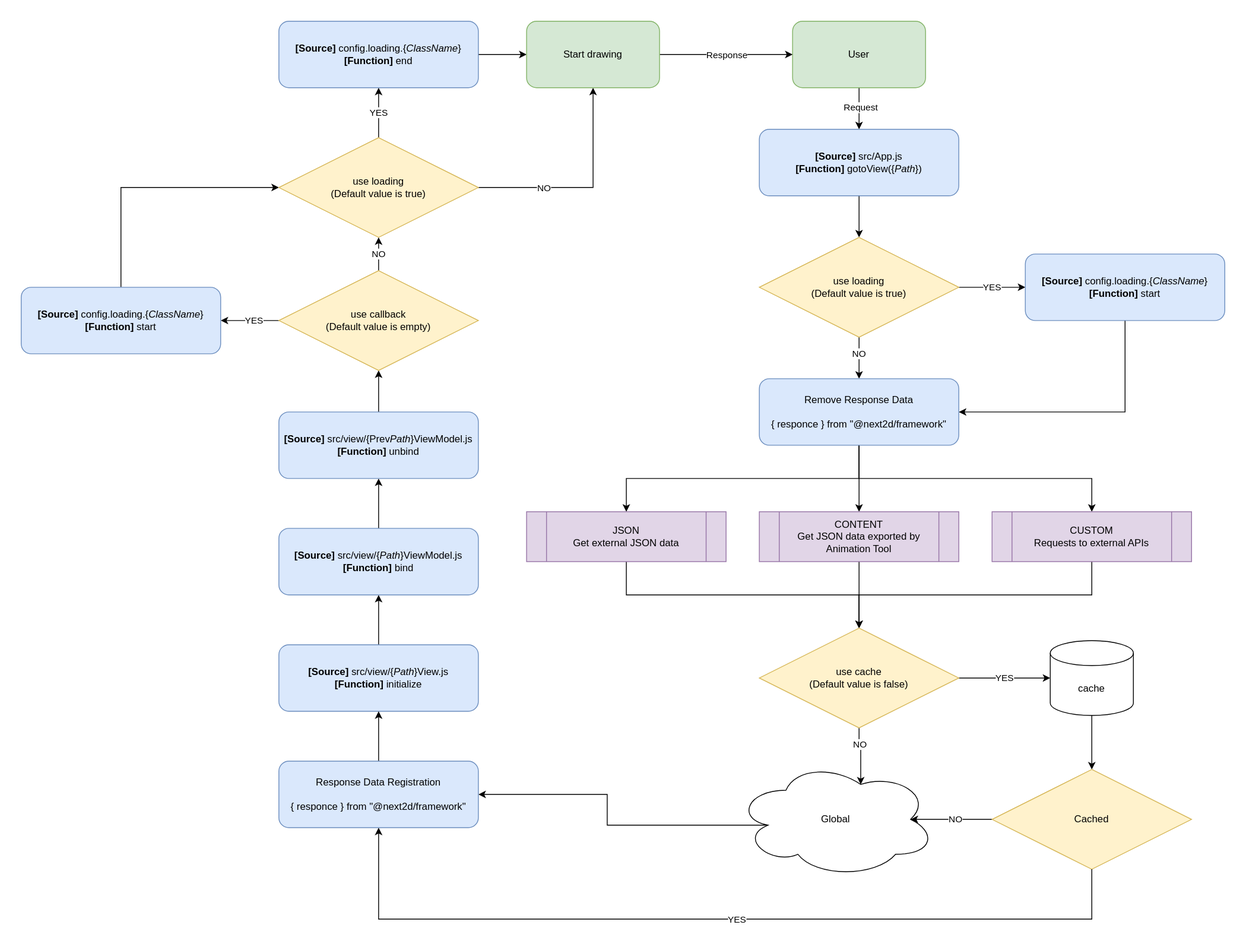
This is Framework_Flowchart.svg from Next2D/framework, a draw.io export, as it was before one commit. Source tidied: cells renumbered, new cells last; positions are measured from the earlier drawing's top-left corner, leaving out a move shared by most shapes.
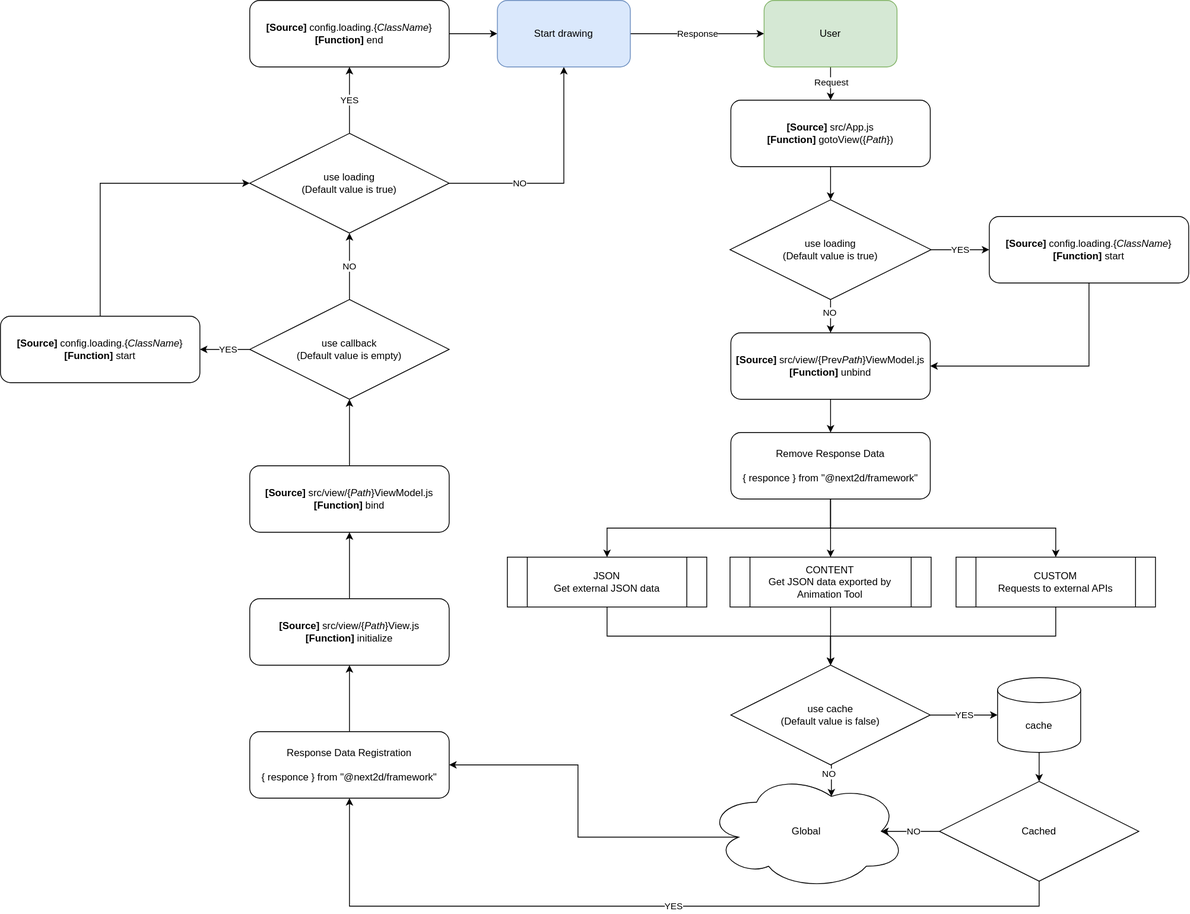
The same file after the commit.

Change to the diagram source:
```diff
@@ -9,28 +9,31 @@
       <mxGeometry x="-0.08" y="1" relative="1" as="geometry" />
     </mxCell>
     <mxCell id="4" value="User" style="rounded=1;whiteSpace=wrap;html=1;fillColor=#d5e8d4;strokeColor=#82b366;" parent="1" vertex="1">
-      <mxGeometry x="928" width="160" height="80" as="geometry" />
+      <mxGeometry x="929" width="160" height="80" as="geometry" />
     </mxCell>
     <mxCell id="5" style="edgeStyle=orthogonalEdgeStyle;rounded=0;jettySize=auto;html=1;exitX=0.5;exitY=1;exitDx=0;exitDy=0;entryX=0.5;entryY=0;entryDx=0;entryDy=0;" parent="1" edge="1" source="6" target="9">
       <mxGeometry relative="1" as="geometry" />
     </mxCell>
-    <mxCell id="6" value="&lt;b&gt;[Source]&lt;/b&gt; src/App.js&lt;br&gt;&lt;b&gt;[Function]&lt;/b&gt; gotoView({&lt;i&gt;Path&lt;/i&gt;})" style="rounded=1;whiteSpace=wrap;html=1;fillColor=#dae8fc;strokeColor=#6c8ebf;align=center;" parent="1" vertex="1">
-      <mxGeometry x="888" y="130" width="240" height="80" as="geometry" />
+    <mxCell id="6" value="&lt;b&gt;[Source]&lt;/b&gt; src/App.js&lt;br&gt;&lt;b&gt;[Function]&lt;/b&gt; gotoView({&lt;i&gt;Path&lt;/i&gt;})" style="rounded=1;whiteSpace=wrap;html=1;align=center;" parent="1" vertex="1">
+      <mxGeometry x="889" y="120" width="240" height="80" as="geometry" />
     </mxCell>
     <mxCell id="7" value="YES" style="edgeStyle=orthogonalEdgeStyle;rounded=0;jettySize=auto;html=1;exitX=1;exitY=0.5;exitDx=0;exitDy=0;entryX=0;entryY=0.5;entryDx=0;entryDy=0;" parent="1" edge="1" source="9" target="11">
       <mxGeometry relative="1" as="geometry" />
     </mxCell>
+    <mxCell id="56" style="edgeStyle=orthogonalEdgeStyle;rounded=0;jettySize=auto;html=1;exitX=0.5;exitY=1;exitDx=0;exitDy=0;entryX=0.5;entryY=0;entryDx=0;entryDy=0;" parent="1" edge="1" source="9" target="36">
+      <mxGeometry relative="1" as="geometry" />
+    </mxCell>
-    <mxCell id="8" value="NO" style="edgeStyle=orthogonalEdgeStyle;rounded=0;jettySize=auto;html=1;exitX=0.5;exitY=1;exitDx=0;exitDy=0;entryX=0.5;entryY=0;entryDx=0;entryDy=0;" parent="1" edge="1" source="9" target="54">
-      <mxGeometry x="-0.2" relative="1" as="geometry" />
+    <mxCell id="8" value="NO" style="edgeLabel;html=1;align=center;verticalAlign=middle;" parent="56" vertex="1">
+      <mxGeometry x="-0.22" y="-1" relative="1" as="geometry" />
     </mxCell>
-    <mxCell id="9" value="use loading&lt;br&gt;(Default value is true)" style="rhombus;whiteSpace=wrap;html=1;fillColor=#fff2cc;strokeColor=#d6b656;" parent="1" vertex="1">
-      <mxGeometry x="888" y="260" width="240" height="120" as="geometry" />
+    <mxCell id="9" value="use loading&lt;br&gt;(Default value is true)" style="rhombus;whiteSpace=wrap;html=1;" parent="1" vertex="1">
+      <mxGeometry x="888" y="240" width="242" height="120" as="geometry" />
     </mxCell>
-    <mxCell id="10" style="edgeStyle=orthogonalEdgeStyle;rounded=0;jettySize=auto;html=1;exitX=0.5;exitY=1;exitDx=0;exitDy=0;entryX=1;entryY=0.5;entryDx=0;entryDy=0;" parent="1" edge="1" source="11" target="54">
-      <mxGeometry relative="1" as="geometry" />
-    </mxCell>
+    <mxCell id="57" style="edgeStyle=orthogonalEdgeStyle;rounded=0;jettySize=auto;html=1;exitX=0.5;exitY=1;exitDx=0;exitDy=0;entryX=1;entryY=0.5;entryDx=0;entryDy=0;" parent="1" edge="1" source="11" target="36">
+      <mxGeometry relative="1" as="geometry" />
+    </mxCell>
-    <mxCell id="11" value="&lt;b&gt;[Source]&lt;/b&gt; config.loading.{&lt;i&gt;ClassName&lt;/i&gt;}&lt;br&gt;&lt;b&gt;[Function]&lt;/b&gt; start" style="rounded=1;whiteSpace=wrap;html=1;fillColor=#dae8fc;strokeColor=#6c8ebf;" parent="1" vertex="1">
-      <mxGeometry x="1208" y="280" width="240" height="80" as="geometry" />
+    <mxCell id="11" value="&lt;b&gt;[Source]&lt;/b&gt; config.loading.{&lt;i&gt;ClassName&lt;/i&gt;}&lt;br&gt;&lt;b&gt;[Function]&lt;/b&gt; start" style="rounded=1;whiteSpace=wrap;html=1;" parent="1" vertex="1">
+      <mxGeometry x="1200" y="260" width="240" height="80" as="geometry" />
     </mxCell>
     <mxCell id="12" style="edgeStyle=orthogonalEdgeStyle;rounded=0;jettySize=auto;html=1;exitX=0.5;exitY=1;exitDx=0;exitDy=0;entryX=0.5;entryY=0;entryDx=0;entryDy=0;" parent="1" edge="1" source="54" target="18">
       <mxGeometry relative="1" as="geometry" />
@@ -44,70 +47,70 @@
     <mxCell id="15" style="edgeStyle=orthogonalEdgeStyle;rounded=0;jettySize=auto;html=1;exitX=0.5;exitY=1;exitDx=0;exitDy=0;" parent="1" edge="1" source="16" target="24">
       <mxGeometry relative="1" as="geometry" />
     </mxCell>
-    <mxCell id="16" value="JSON&lt;br&gt;Get external JSON data" style="shape=process;whiteSpace=wrap;html=1;backgroundOutline=1;fillColor=#e1d5e7;strokeColor=#9673a6;" parent="1" vertex="1">
-      <mxGeometry x="608" y="590" width="240" height="60" as="geometry" />
+    <mxCell id="16" value="JSON&lt;br&gt;Get external JSON data" style="shape=process;whiteSpace=wrap;html=1;backgroundOutline=1;" parent="1" vertex="1">
+      <mxGeometry x="620" y="670" width="240" height="60" as="geometry" />
     </mxCell>
     <mxCell id="17" style="edgeStyle=orthogonalEdgeStyle;rounded=0;jettySize=auto;html=1;exitX=0.5;exitY=1;exitDx=0;exitDy=0;entryX=0.5;entryY=0;entryDx=0;entryDy=0;" parent="1" edge="1" source="18" target="24">
       <mxGeometry relative="1" as="geometry" />
     </mxCell>
-    <mxCell id="18" value="CONTENT&lt;br&gt;Get JSON data exported by NoCodeTool" style="shape=process;whiteSpace=wrap;html=1;backgroundOutline=1;fillColor=#e1d5e7;strokeColor=#9673a6;" parent="1" vertex="1">
-      <mxGeometry x="888" y="590" width="240" height="60" as="geometry" />
+    <mxCell id="18" value="CONTENT&lt;br&gt;Get JSON data exported by Animation Tool" style="shape=process;whiteSpace=wrap;html=1;backgroundOutline=1;" parent="1" vertex="1">
+      <mxGeometry x="888" y="670" width="242" height="60" as="geometry" />
     </mxCell>
     <mxCell id="19" style="edgeStyle=orthogonalEdgeStyle;rounded=0;jettySize=auto;html=1;exitX=0.5;exitY=1;exitDx=0;exitDy=0;entryX=0.5;entryY=0;entryDx=0;entryDy=0;" parent="1" edge="1" source="20" target="24">
       <mxGeometry relative="1" as="geometry" />
     </mxCell>
-    <mxCell id="20" value="CUSTOM&lt;br&gt;Requests to external APIs" style="shape=process;whiteSpace=wrap;html=1;backgroundOutline=1;fillColor=#e1d5e7;strokeColor=#9673a6;" parent="1" vertex="1">
-      <mxGeometry x="1168" y="590" width="240" height="60" as="geometry" />
+    <mxCell id="20" value="CUSTOM&lt;br&gt;Requests to external APIs" style="shape=process;whiteSpace=wrap;html=1;backgroundOutline=1;" parent="1" vertex="1">
+      <mxGeometry x="1160" y="670" width="240" height="60" as="geometry" />
     </mxCell>
-    <mxCell id="21" value="YES" style="edgeStyle=orthogonalEdgeStyle;rounded=0;jettySize=auto;html=1;exitX=1;exitY=0.5;exitDx=0;exitDy=0;" parent="1" edge="1" source="24" target="26">
-      <mxGeometry relative="1" as="geometry" />
+    <mxCell id="21" value="YES" style="edgeStyle=orthogonalEdgeStyle;rounded=0;jettySize=auto;html=1;exitX=1;exitY=0.5;exitDx=0;exitDy=0;entryX=0;entryY=0.5;entryDx=0;entryDy=0;entryPerimeter=0;" parent="1" edge="1" source="24" target="26">
+      <mxGeometry x="0.02" relative="1" as="geometry" />
     </mxCell>
     <mxCell id="22" style="edgeStyle=orthogonalEdgeStyle;rounded=0;jettySize=auto;html=1;exitX=0.5;exitY=1;exitDx=0;exitDy=0;entryX=0.625;entryY=0.2;entryDx=0;entryDy=0;entryPerimeter=0;" parent="1" edge="1" source="24" target="28">
       <mxGeometry relative="1" as="geometry" />
     </mxCell>
     <mxCell id="23" value="NO" style="edgeLabel;html=1;align=center;verticalAlign=middle;" parent="22" vertex="1">
       <mxGeometry x="0.04" y="1" relative="1" as="geometry">
-        <mxPoint x="-3" y="-15" as="offset" />
+        <mxPoint x="-4" y="-8" as="offset" />
       </mxGeometry>
     </mxCell>
-    <mxCell id="24" value="use cache&lt;br&gt;(Default value is false)" style="rhombus;whiteSpace=wrap;html=1;fillColor=#fff2cc;strokeColor=#d6b656;" parent="1" vertex="1">
-      <mxGeometry x="888" y="730" width="240" height="120" as="geometry" />
+    <mxCell id="24" value="use cache&lt;br&gt;(Default value is false)" style="rhombus;whiteSpace=wrap;html=1;" parent="1" vertex="1">
+      <mxGeometry x="889" y="800" width="240" height="120" as="geometry" />
     </mxCell>
     <mxCell id="25" style="edgeStyle=orthogonalEdgeStyle;rounded=0;jettySize=auto;html=1;exitX=0.5;exitY=1;exitDx=0;exitDy=0;exitPerimeter=0;entryX=0.5;entryY=0;entryDx=0;entryDy=0;" parent="1" edge="1" source="26" target="30">
       <mxGeometry relative="1" as="geometry" />
     </mxCell>
     <mxCell id="26" value="cache" style="shape=cylinder3;whiteSpace=wrap;html=1;boundedLbl=1;backgroundOutline=1;size=15;" parent="1" vertex="1">
-      <mxGeometry x="1238" y="745" width="100" height="90" as="geometry" />
+      <mxGeometry x="1210" y="815" width="100" height="90" as="geometry" />
     </mxCell>
     <mxCell id="27" style="edgeStyle=orthogonalEdgeStyle;rounded=0;jettySize=auto;html=1;exitX=0.16;exitY=0.55;exitDx=0;exitDy=0;exitPerimeter=0;entryX=1;entryY=0.5;entryDx=0;entryDy=0;" parent="1" edge="1" source="28" target="55">
       <mxGeometry relative="1" as="geometry" />
     </mxCell>
     <mxCell id="28" value="Global" style="ellipse;shape=cloud;whiteSpace=wrap;html=1;" parent="1" vertex="1">
-      <mxGeometry x="860" y="890" width="240" height="140" as="geometry" />
+      <mxGeometry x="860" y="930" width="240" height="140" as="geometry" />
     </mxCell>
     <mxCell id="29" value="NO" style="edgeStyle=orthogonalEdgeStyle;rounded=0;jettySize=auto;html=1;exitX=0;exitY=0.5;exitDx=0;exitDy=0;entryX=0.875;entryY=0.5;entryDx=0;entryDy=0;entryPerimeter=0;" parent="1" edge="1" source="30" target="28">
       <mxGeometry x="-0.1" relative="1" as="geometry" />
     </mxCell>
-    <mxCell id="30" value="Cached" style="rhombus;whiteSpace=wrap;html=1;fillColor=#fff2cc;strokeColor=#d6b656;" parent="1" vertex="1">
-      <mxGeometry x="1168" y="900" width="240" height="120" as="geometry" />
+    <mxCell id="30" value="Cached" style="rhombus;whiteSpace=wrap;html=1;" parent="1" vertex="1">
+      <mxGeometry x="1140" y="940" width="240" height="120" as="geometry" />
     </mxCell>
     <mxCell id="31" style="edgeStyle=orthogonalEdgeStyle;rounded=0;jettySize=auto;html=1;exitX=0.5;exitY=0;exitDx=0;exitDy=0;entryX=0.5;entryY=1;entryDx=0;entryDy=0;" parent="1" edge="1" source="32" target="34">
       <mxGeometry relative="1" as="geometry" />
     </mxCell>
-    <mxCell id="32" value="&lt;b style=&quot;border-color: var(--border-color);&quot;&gt;[Source]&lt;/b&gt;&amp;nbsp;src/view/{&lt;i style=&quot;border-color: var(--border-color);&quot;&gt;Path&lt;/i&gt;}View.js&lt;br style=&quot;border-color: var(--border-color);&quot;&gt;&lt;b style=&quot;border-color: var(--border-color);&quot;&gt;[Function]&lt;/b&gt;&amp;nbsp;initialize" style="rounded=1;whiteSpace=wrap;html=1;fillColor=#dae8fc;strokeColor=#6c8ebf;align=center;" parent="1" vertex="1">
-      <mxGeometry x="310" y="750" width="240" height="80" as="geometry" />
+    <mxCell id="32" value="&lt;b style=&quot;border-color: var(--border-color);&quot;&gt;[Source]&lt;/b&gt;&amp;nbsp;src/view/{&lt;i style=&quot;border-color: var(--border-color);&quot;&gt;Path&lt;/i&gt;}View.js&lt;br style=&quot;border-color: var(--border-color);&quot;&gt;&lt;b style=&quot;border-color: var(--border-color);&quot;&gt;[Function]&lt;/b&gt;&amp;nbsp;initialize" style="rounded=1;whiteSpace=wrap;html=1;align=center;" parent="1" vertex="1">
+      <mxGeometry x="310" y="720" width="240" height="80" as="geometry" />
     </mxCell>
-    <mxCell id="33" style="edgeStyle=orthogonalEdgeStyle;rounded=0;jettySize=auto;html=1;exitX=0.5;exitY=0;exitDx=0;exitDy=0;entryX=0.5;entryY=1;entryDx=0;entryDy=0;" parent="1" edge="1" source="34" target="36">
-      <mxGeometry relative="1" as="geometry" />
-    </mxCell>
+    <mxCell id="58" style="edgeStyle=orthogonalEdgeStyle;rounded=0;jettySize=auto;html=1;exitX=0.5;exitY=0;exitDx=0;exitDy=0;entryX=0.5;entryY=1;entryDx=0;entryDy=0;" parent="1" edge="1" source="34" target="39">
+      <mxGeometry relative="1" as="geometry" />
+    </mxCell>
-    <mxCell id="34" value="&lt;b style=&quot;border-color: var(--border-color);&quot;&gt;[Source]&lt;/b&gt;&amp;nbsp;src/view/{&lt;i style=&quot;border-color: var(--border-color);&quot;&gt;Path&lt;/i&gt;}ViewModel.js&lt;br style=&quot;border-color: var(--border-color);&quot;&gt;&lt;b style=&quot;border-color: var(--border-color);&quot;&gt;[Function]&lt;/b&gt;&amp;nbsp;bind" style="rounded=1;whiteSpace=wrap;html=1;fillColor=#dae8fc;strokeColor=#6c8ebf;align=center;" parent="1" vertex="1">
-      <mxGeometry x="310" y="610" width="240" height="80" as="geometry" />
+    <mxCell id="34" value="&lt;b style=&quot;border-color: var(--border-color);&quot;&gt;[Source]&lt;/b&gt;&amp;nbsp;src/view/{&lt;i style=&quot;border-color: var(--border-color);&quot;&gt;Path&lt;/i&gt;}ViewModel.js&lt;br style=&quot;border-color: var(--border-color);&quot;&gt;&lt;b style=&quot;border-color: var(--border-color);&quot;&gt;[Function]&lt;/b&gt;&amp;nbsp;bind" style="rounded=1;whiteSpace=wrap;html=1;align=center;" parent="1" vertex="1">
+      <mxGeometry x="310" y="560" width="240" height="80" as="geometry" />
     </mxCell>
-    <mxCell id="35" style="edgeStyle=orthogonalEdgeStyle;rounded=0;jettySize=auto;html=1;exitX=0.5;exitY=0;exitDx=0;exitDy=0;entryX=0.5;entryY=1;entryDx=0;entryDy=0;" parent="1" edge="1" source="36" target="39">
-      <mxGeometry relative="1" as="geometry" />
-    </mxCell>
+    <mxCell id="59" style="edgeStyle=orthogonalEdgeStyle;rounded=0;jettySize=auto;html=1;exitX=0.5;exitY=1;exitDx=0;exitDy=0;entryX=0.5;entryY=0;entryDx=0;entryDy=0;" parent="1" edge="1" source="36" target="54">
+      <mxGeometry relative="1" as="geometry" />
+    </mxCell>
-    <mxCell id="36" value="&lt;b&gt;[Source]&lt;/b&gt; src/view/{Prev&lt;i&gt;Path&lt;/i&gt;}ViewModel.js&lt;br&gt;&lt;b&gt;[Function]&lt;/b&gt; unbind" style="rounded=1;whiteSpace=wrap;html=1;fillColor=#dae8fc;strokeColor=#6c8ebf;align=center;" parent="1" vertex="1">
-      <mxGeometry x="310" y="470" width="240" height="80" as="geometry" />
+    <mxCell id="36" value="&lt;b&gt;[Source]&lt;/b&gt; src/view/{Prev&lt;i&gt;Path&lt;/i&gt;}ViewModel.js&lt;br&gt;&lt;b&gt;[Function]&lt;/b&gt; unbind" style="rounded=1;whiteSpace=wrap;html=1;align=center;" parent="1" vertex="1">
+      <mxGeometry x="889" y="400" width="240" height="80" as="geometry" />
     </mxCell>
     <mxCell id="37" value="YES" style="edgeStyle=orthogonalEdgeStyle;rounded=0;jettySize=auto;html=1;exitX=0;exitY=0.5;exitDx=0;exitDy=0;entryX=1;entryY=0.5;entryDx=0;entryDy=0;" parent="1" edge="1" source="39" target="41">
       <mxGeometry x="-0.14" relative="1" as="geometry" />
@@ -115,14 +118,14 @@
     <mxCell id="38" value="NO" style="edgeStyle=orthogonalEdgeStyle;rounded=0;jettySize=auto;html=1;exitX=0.5;exitY=0;exitDx=0;exitDy=0;entryX=0.5;entryY=1;entryDx=0;entryDy=0;" parent="1" edge="1" source="39" target="45">
       <mxGeometry relative="1" as="geometry" />
     </mxCell>
-    <mxCell id="39" value="use callback&lt;br&gt;(Default value is empty)" style="rhombus;whiteSpace=wrap;html=1;fillColor=#fff2cc;strokeColor=#d6b656;" parent="1" vertex="1">
-      <mxGeometry x="310" y="300" width="240" height="120" as="geometry" />
+    <mxCell id="39" value="use callback&lt;br&gt;(Default value is empty)" style="rhombus;whiteSpace=wrap;html=1;" parent="1" vertex="1">
+      <mxGeometry x="310" y="360" width="240" height="120" as="geometry" />
     </mxCell>
     <mxCell id="40" style="edgeStyle=orthogonalEdgeStyle;rounded=0;jettySize=auto;html=1;exitX=0.5;exitY=0;exitDx=0;exitDy=0;entryX=0;entryY=0.5;entryDx=0;entryDy=0;" parent="1" edge="1" source="41" target="45">
       <mxGeometry relative="1" as="geometry" />
     </mxCell>
-    <mxCell id="41" value="&lt;b&gt;[Source]&lt;/b&gt; config.loading.{&lt;i&gt;ClassName&lt;/i&gt;}&lt;br&gt;&lt;b&gt;[Function]&lt;/b&gt; start" style="rounded=1;whiteSpace=wrap;html=1;fillColor=#dae8fc;strokeColor=#6c8ebf;" parent="1" vertex="1">
-      <mxGeometry y="320" width="240" height="80" as="geometry" />
+    <mxCell id="41" value="&lt;b&gt;[Source]&lt;/b&gt; config.loading.{&lt;i&gt;ClassName&lt;/i&gt;}&lt;br&gt;&lt;b&gt;[Function]&lt;/b&gt; start" style="rounded=1;whiteSpace=wrap;html=1;" parent="1" vertex="1">
+      <mxGeometry x="10" y="380" width="240" height="80" as="geometry" />
     </mxCell>
     <mxCell id="42" value="YES" style="edgeStyle=orthogonalEdgeStyle;rounded=0;jettySize=auto;html=1;exitX=0.5;exitY=0;exitDx=0;exitDy=0;entryX=0.5;entryY=1;entryDx=0;entryDy=0;" parent="1" edge="1" source="45" target="47">
       <mxGeometry relative="1" as="geometry" />
@@ -135,13 +138,13 @@
         <mxPoint y="5" as="offset" />
       </mxGeometry>
     </mxCell>
-    <mxCell id="45" value="use loading&lt;br&gt;(Default value is true)" style="rhombus;whiteSpace=wrap;html=1;fillColor=#fff2cc;strokeColor=#d6b656;" parent="1" vertex="1">
-      <mxGeometry x="310" y="140" width="240" height="120" as="geometry" />
+    <mxCell id="45" value="use loading&lt;br&gt;(Default value is true)" style="rhombus;whiteSpace=wrap;html=1;" parent="1" vertex="1">
+      <mxGeometry x="310" y="160" width="240" height="120" as="geometry" />
     </mxCell>
     <mxCell id="46" style="edgeStyle=orthogonalEdgeStyle;rounded=0;jettySize=auto;html=1;exitX=1;exitY=0.5;exitDx=0;exitDy=0;entryX=0;entryY=0.5;entryDx=0;entryDy=0;" parent="1" edge="1" source="47" target="50">
       <mxGeometry relative="1" as="geometry" />
     </mxCell>
-    <mxCell id="47" value="&lt;b&gt;[Source]&lt;/b&gt; config.loading.{&lt;i&gt;ClassName&lt;/i&gt;}&lt;br&gt;&lt;b&gt;[Function]&lt;/b&gt; end" style="rounded=1;whiteSpace=wrap;html=1;fillColor=#dae8fc;strokeColor=#6c8ebf;" parent="1" vertex="1">
+    <mxCell id="47" value="&lt;b&gt;[Source]&lt;/b&gt; config.loading.{&lt;i&gt;ClassName&lt;/i&gt;}&lt;br&gt;&lt;b&gt;[Function]&lt;/b&gt; end" style="rounded=1;whiteSpace=wrap;html=1;" parent="1" vertex="1">
       <mxGeometry x="310" width="240" height="80" as="geometry" />
     </mxCell>
     <mxCell id="48" style="edgeStyle=orthogonalEdgeStyle;rounded=0;jettySize=auto;html=1;exitX=1;exitY=0.5;exitDx=0;exitDy=0;entryX=0;entryY=0.5;entryDx=0;entryDy=0;" parent="1" edge="1" source="50" target="4">
@@ -152,14 +155,14 @@
         <mxPoint x="-1" as="offset" />
       </mxGeometry>
     </mxCell>
-    <mxCell id="50" value="Start drawing" style="rounded=1;whiteSpace=wrap;html=1;fillColor=#d5e8d4;strokeColor=#82b366;" parent="1" vertex="1">
+    <mxCell id="50" value="Start drawing" style="rounded=1;whiteSpace=wrap;html=1;fillColor=#dae8fc;strokeColor=#6c8ebf;" parent="1" vertex="1">
       <mxGeometry x="608" width="160" height="80" as="geometry" />
     </mxCell>
     <mxCell id="51" style="edgeStyle=orthogonalEdgeStyle;rounded=0;jettySize=auto;html=1;exitX=0.5;exitY=1;exitDx=0;exitDy=0;entryX=0.5;entryY=1;entryDx=0;entryDy=0;" parent="1" edge="1" source="30" target="55">
       <mxGeometry relative="1" as="geometry">
         <Array as="points">
-          <mxPoint x="1288" y="1080" />
-          <mxPoint x="430" y="1080" />
+          <mxPoint x="1260" y="1090" />
+          <mxPoint x="430" y="1090" />
         </Array>
       </mxGeometry>
     </mxCell>
@@ -171,11 +174,11 @@
     <mxCell id="53" style="edgeStyle=orthogonalEdgeStyle;rounded=0;jettySize=auto;html=1;exitX=0.5;exitY=0;exitDx=0;exitDy=0;entryX=0.5;entryY=1;entryDx=0;entryDy=0;" parent="1" edge="1" source="55" target="32">
       <mxGeometry relative="1" as="geometry" />
     </mxCell>
-    <mxCell id="54" value="Remove Response Data&lt;br&gt;&lt;br&gt;{&amp;nbsp;responce } from &quot;@next2d/framework&quot;" style="rounded=1;whiteSpace=wrap;html=1;fillColor=#dae8fc;strokeColor=#6c8ebf;" parent="1" vertex="1">
-      <mxGeometry x="888" y="430" width="240" height="80" as="geometry" />
+    <mxCell id="54" value="Remove Response Data&lt;br&gt;&lt;br&gt;{&amp;nbsp;responce } from &quot;@next2d/framework&quot;" style="rounded=1;whiteSpace=wrap;html=1;" parent="1" vertex="1">
+      <mxGeometry x="889" y="520" width="240" height="80" as="geometry" />
     </mxCell>
-    <mxCell id="55" value="Response Data Registration&lt;br&gt;&lt;br&gt;{&amp;nbsp;responce } from &quot;@next2d/framework&quot;" style="rounded=1;whiteSpace=wrap;html=1;fillColor=#dae8fc;strokeColor=#6c8ebf;" parent="1" vertex="1">
-      <mxGeometry x="310" y="890" width="240" height="80" as="geometry" />
+    <mxCell id="55" value="Response Data Registration&lt;br&gt;&lt;br&gt;{&amp;nbsp;responce } from &quot;@next2d/framework&quot;" style="rounded=1;whiteSpace=wrap;html=1;" parent="1" vertex="1">
+      <mxGeometry x="310" y="880" width="240" height="80" as="geometry" />
     </mxCell>
   </root>
 </mxGraphModel>
```
